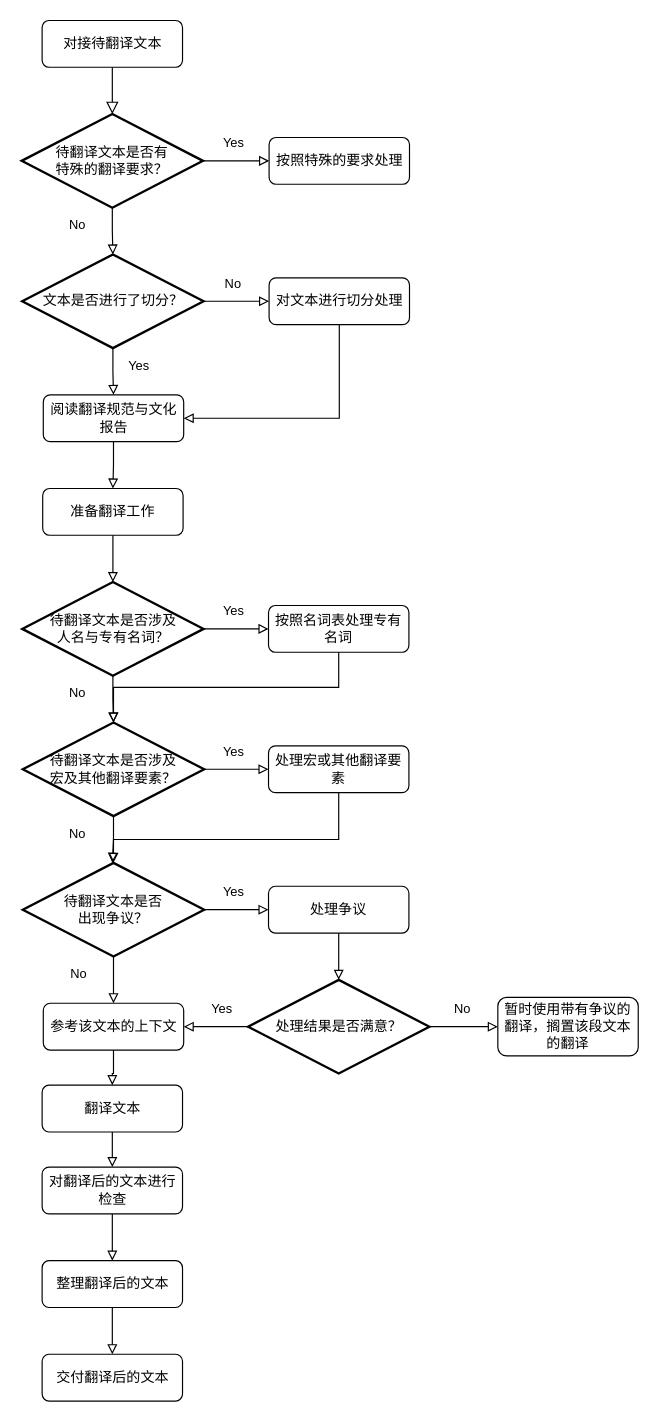
icemeowzhi/bach_final_diags keeps this draw.io diagram as 翻译流程图.drawio. Above is the earlier version. Source tidied: cells renumbered, new cells numbered last; positions are measured from the earlier drawing's top-left corner, leaving out a move shared by most shapes. Both pictures are drawn from the tidied source at 117%, with x=0, y=0 at pixel (21, 20).
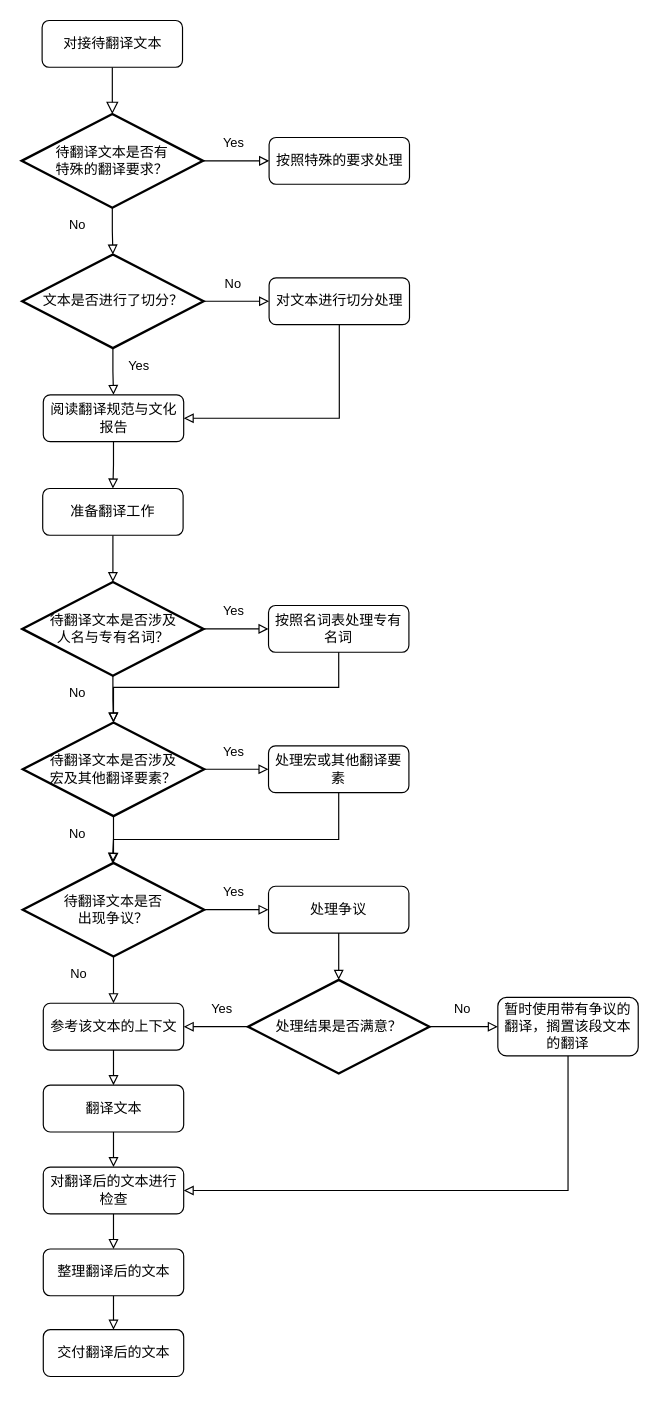
After the change.

Commit message (it also covers changes not shown here):
更新翻译流程图.drawio

Unchanged cells that the change refers to:
```xml
<mxCell id="27" value="暂时使用带有争议的翻译，搁置该段文本的翻译" style="rounded=1;whiteSpace=wrap;html=1;fontSize=12;glass=0;strokeWidth=1;shadow=0;" parent="1" vertex="1">
  <mxGeometry x="407" y="835" width="120" height="50" as="geometry" />
</mxCell>
```

Change to the diagram source:
```diff
@@
+    <mxCell id="57" style="edgeStyle=orthogonalEdgeStyle;rounded=0;jettySize=auto;html=1;entryX=1;entryY=0.5;entryDx=0;entryDy=0;strokeColor=default;align=center;verticalAlign=middle;fontFamily=Helvetica;fontSize=11;fontColor=default;labelBackgroundColor=default;endArrow=block;endFill=0;" parent="1" edge="1" source="27" target="34">
+      <mxGeometry relative="1" as="geometry">
+        <Array as="points">
+          <mxPoint x="467" y="1000" />
+        </Array>
+      </mxGeometry>
+    </mxCell>
@@
     <mxCell id="34" value="对翻译后的文本进行检查" style="rounded=1;whiteSpace=wrap;html=1;fontSize=12;glass=0;strokeWidth=1;shadow=0;" parent="1" vertex="1">
-      <mxGeometry x="17.5" y="980" width="120" height="40" as="geometry" />
+      <mxGeometry x="18.5" y="980" width="120" height="40" as="geometry" />
     </mxCell>
@@
     <mxCell id="37" value="交付翻译后的文本" style="rounded=1;whiteSpace=wrap;html=1;fontSize=12;glass=0;strokeWidth=1;shadow=0;" parent="1" vertex="1">
-      <mxGeometry x="17.5" y="1140" width="120" height="40" as="geometry" />
+      <mxGeometry x="18.5" y="1119" width="120" height="40" as="geometry" />
     </mxCell>
@@
     <mxCell id="39" value="整理翻译后的文本" style="rounded=1;whiteSpace=wrap;html=1;fontSize=12;glass=0;strokeWidth=1;shadow=0;" parent="1" vertex="1">
-      <mxGeometry x="17.5" y="1060" width="120" height="40" as="geometry" />
+      <mxGeometry x="18.5" y="1050" width="120" height="40" as="geometry" />
     </mxCell>
@@
     <mxCell id="44" value="翻译文本" style="rounded=1;whiteSpace=wrap;html=1;fontSize=12;glass=0;strokeWidth=1;shadow=0;" parent="1" vertex="1">
-      <mxGeometry x="17.5" y="910" width="120" height="40" as="geometry" />
+      <mxGeometry x="18.5" y="910" width="120" height="40" as="geometry" />
     </mxCell>
```
